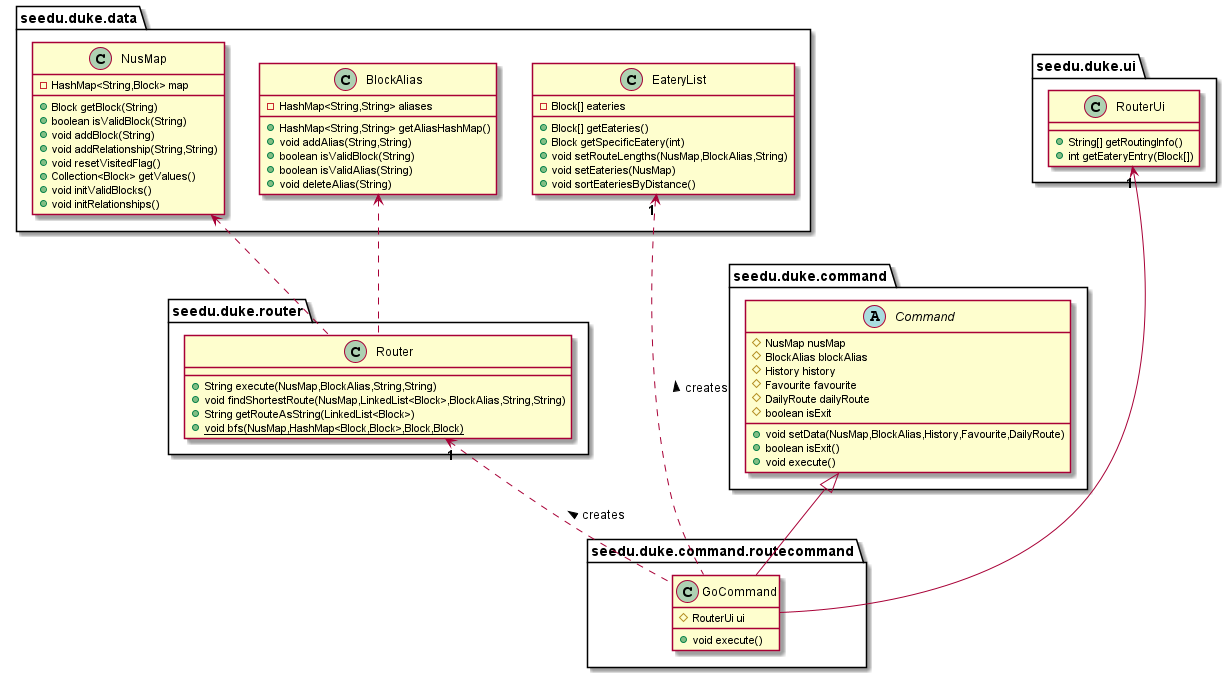
nus-cs2113-AY2021S2/tp keeps this PlantUML diagram as docs/router.png. Above is the earlier version.
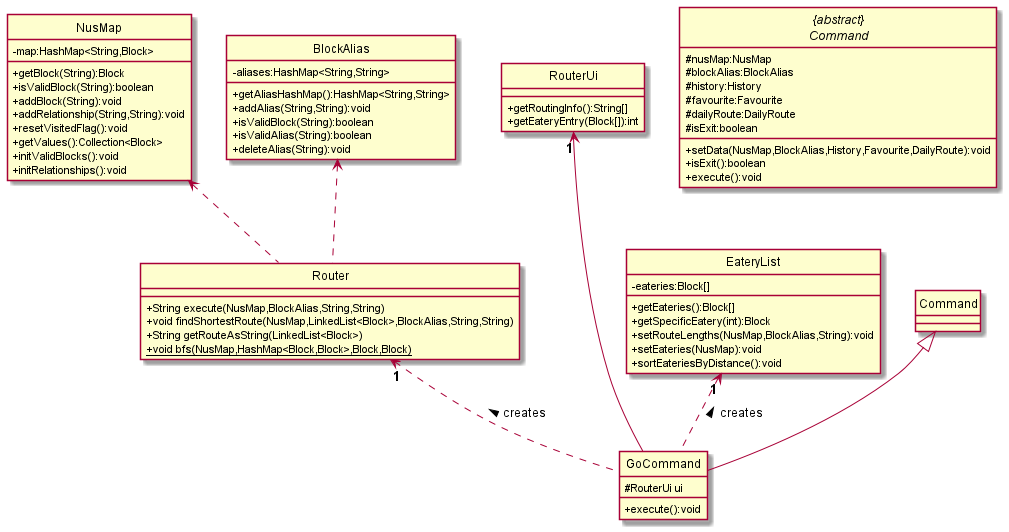
After the change.

The edit, as a diff of the source:
```diff
@@ -1,32 +1,36 @@
 @startuml
 
-class seedu.duke.command.routecommand.GoCommand {
+hide circle
+skinparam classAttributeIconSize 0
+
+
+class GoCommand {
 # RouterUi ui
-+ void execute()
++ execute():void
 }
 
-class seedu.duke.data.NusMap {
-- HashMap<String,Block> map
-+ Block getBlock(String)
-+ boolean isValidBlock(String)
-+ void addBlock(String)
-+ void addRelationship(String,String)
-+ void resetVisitedFlag()
-+ Collection<Block> getValues()
-+ void initValidBlocks()
-+ void initRelationships()
+class NusMap {
+- map:HashMap<String,Block>
++ getBlock(String):Block
++ isValidBlock(String):boolean
++ addBlock(String):void
++ addRelationship(String,String):void
++ resetVisitedFlag():void
++ getValues():Collection<Block>
++ initValidBlocks():void
++ initRelationships():void
 }
 
-class seedu.duke.data.BlockAlias {
-- HashMap<String,String> aliases
-+ HashMap<String,String> getAliasHashMap()
-+ void addAlias(String,String)
-+ boolean isValidBlock(String)
-+ boolean isValidAlias(String)
-+ void deleteAlias(String)
+class BlockAlias {
+- aliases:HashMap<String,String>
++ getAliasHashMap():HashMap<String,String>
++ addAlias(String,String):void
++ isValidBlock(String):boolean
++ isValidAlias(String):boolean
++ deleteAlias(String):void
 }
 
-class seedu.duke.router.Router {
+class Router {
 + String execute(NusMap,BlockAlias,String,String)
 + void findShortestRoute(NusMap,LinkedList<Block>,BlockAlias,String,String)
 + String getRouteAsString(LinkedList<Block>)
@@ -34,38 +38,38 @@
 }
 
 
-abstract class seedu.duke.command.Command {
-# NusMap nusMap
-# BlockAlias blockAlias
-# History history
-# Favourite favourite
-# DailyRoute dailyRoute
-# boolean isExit
-+ void setData(NusMap,BlockAlias,History,Favourite,DailyRoute)
-+ boolean isExit()
-+ void execute()
+abstract class "{abstract}\nCommand" {
+# nusMap:NusMap
+# blockAlias:BlockAlias
+# history:History
+# favourite:Favourite
+# dailyRoute:DailyRoute
+# isExit:boolean
++ setData(NusMap,BlockAlias,History,Favourite,DailyRoute):void
++ isExit():boolean
++ execute():void
 }
 
-class seedu.duke.ui.RouterUi {
-+ String[] getRoutingInfo()
-+ int getEateryEntry(Block[])
+class RouterUi {
++ getRoutingInfo():String[]
++ getEateryEntry(Block[]):int
 }
 
-class seedu.duke.data.EateryList {
-- Block[] eateries
-+ Block[] getEateries()
-+ Block getSpecificEatery(int)
-+ void setRouteLengths(NusMap,BlockAlias,String)
-+ void setEateries(NusMap)
-+ void sortEateriesByDistance()
+class EateryList {
+- eateries:Block[]
++ getEateries():Block[]
++ getSpecificEatery(int):Block
++ setRouteLengths(NusMap,BlockAlias,String):void
++ setEateries(NusMap):void
++ sortEateriesByDistance():void
 }
 
-seedu.duke.command.Command <|-- seedu.duke.command.routecommand.GoCommand
-seedu.duke.router.Router "**1**" <.. seedu.duke.command.routecommand.GoCommand : creates <
-seedu.duke.data.EateryList "**1**" <.. seedu.duke.command.routecommand.GoCommand : creates <
-seedu.duke.data.NusMap <.. seedu.duke.router.Router
-seedu.duke.data.BlockAlias <.. seedu.duke.router.Router
-seedu.duke.ui.RouterUi "**1**" <---seedu.duke.command.routecommand.GoCommand
+Command <|-- GoCommand
+Router "**1**" <.. GoCommand : creates <
+EateryList "**1**" <.. GoCommand : creates <
+NusMap <.. Router
+BlockAlias <.. Router
+RouterUi "**1**" <---GoCommand
 
 
 @enduml
```
